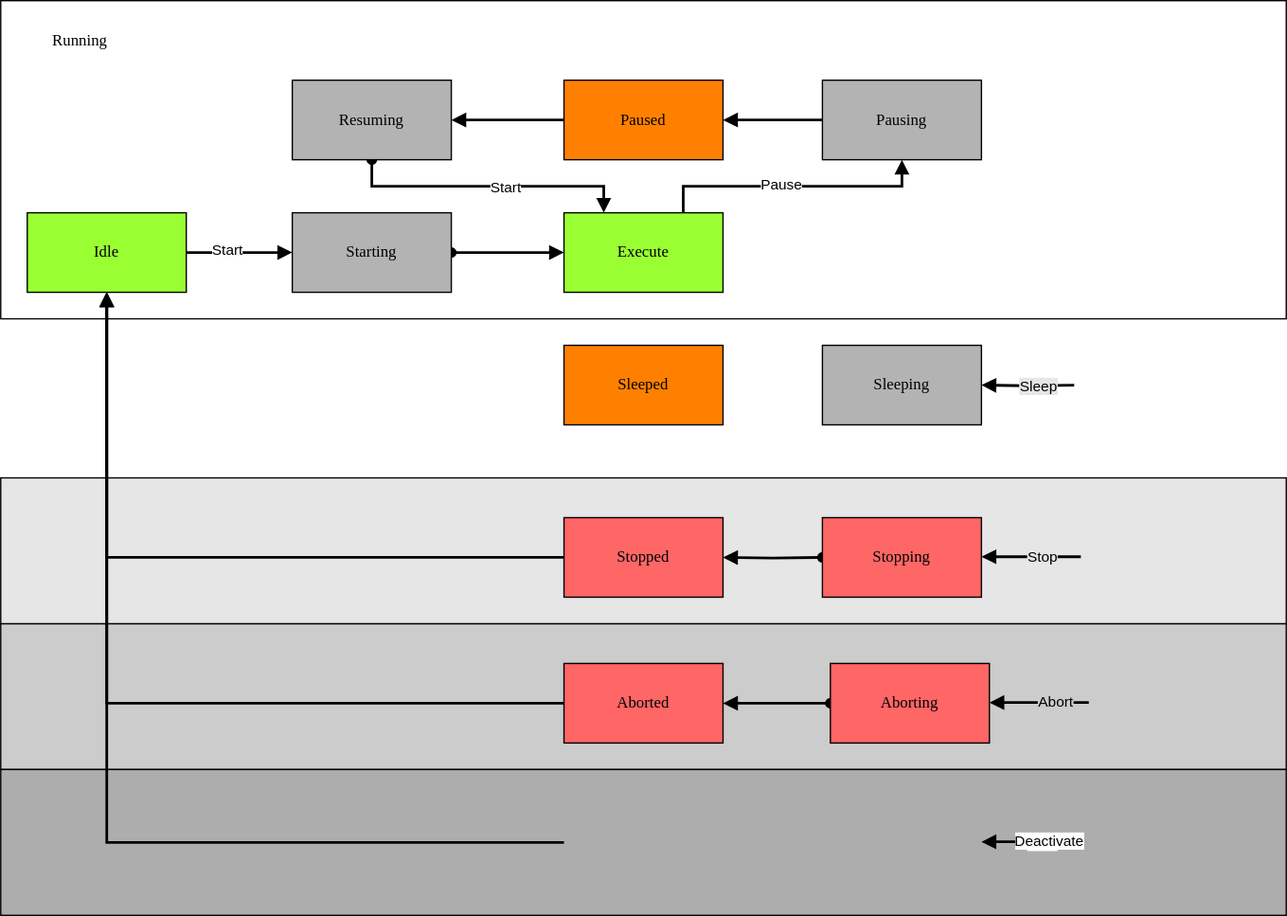
Before: docs/StateMachine.drawio.svg, a diagram exported from draw.io (PeterZerlauth/Tc3_Component). Source tidied: cells renumbered, new cells last; positions are measured from the earlier drawing's top-left corner, leaving out a move shared by most shapes.
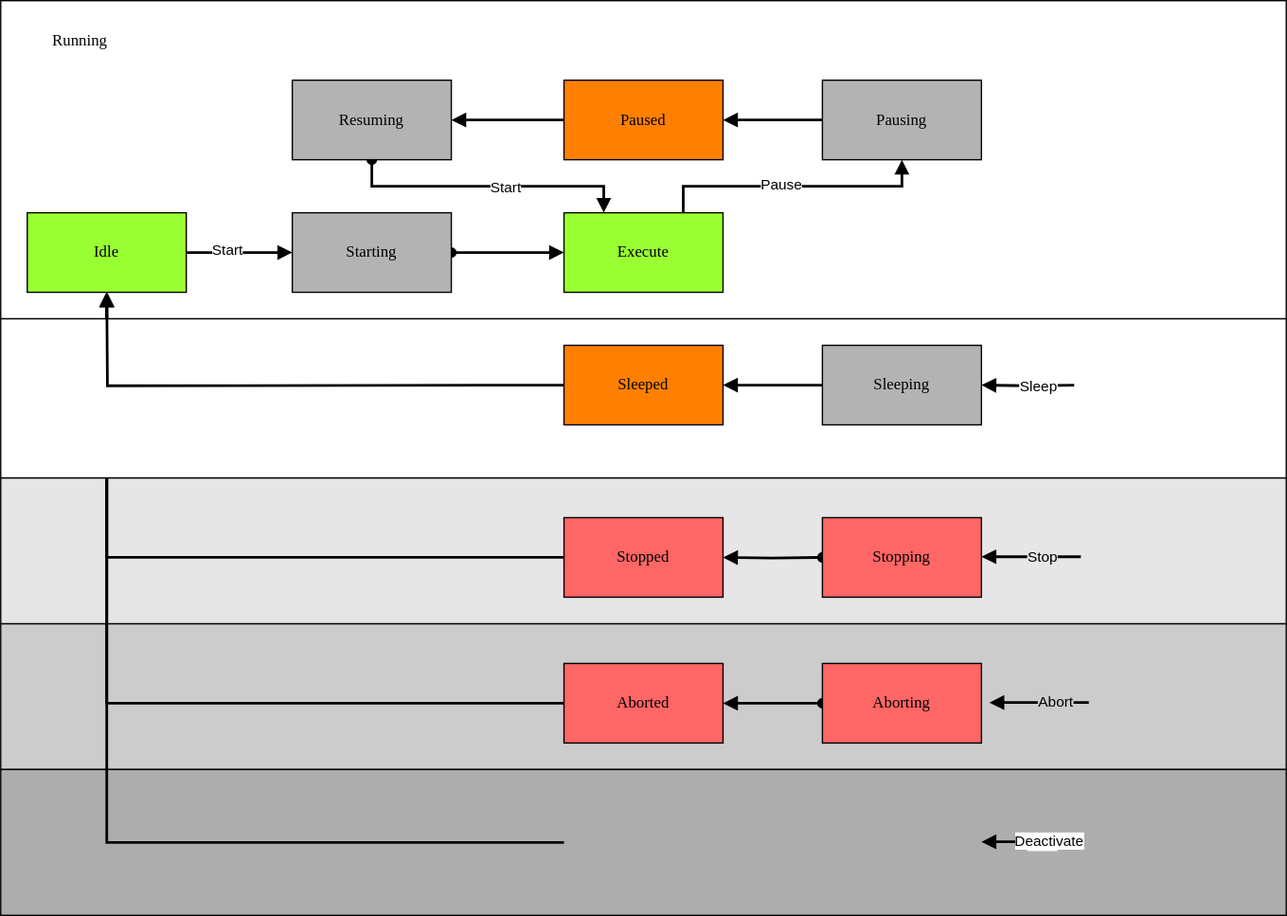
The same diagram one commit later.

The edit, as a diff of the source:
```diff
@@ -87,7 +87,7 @@
       <mxGeometry x="620" y="390" width="120" height="60" as="geometry" />
     </mxCell>
     <mxCell id="27" value="Aborting" style="rounded=0;whiteSpace=wrap;html=1;arcSize=24;fillColor=#FF6666;strokeColor=#000000;shadow=0;comic=0;labelBackgroundColor=none;fontFamily=Verdana;fontSize=12;fontColor=#000000;align=center;" parent="1" vertex="1">
-      <mxGeometry x="626" y="500" width="120" height="60" as="geometry" />
+      <mxGeometry x="620" y="500" width="120" height="60" as="geometry" />
     </mxCell>
     <mxCell id="28" style="edgeStyle=orthogonalEdgeStyle;rounded=0;orthogonalLoop=1;jettySize=auto;html=1;strokeColor=default;align=center;verticalAlign=middle;fontFamily=Helvetica;fontSize=11;fontColor=default;labelBackgroundColor=default;endArrow=block;endFill=1;strokeWidth=2;" parent="1" edge="1">
       <mxGeometry relative="1" as="geometry">
@@ -117,12 +117,6 @@
     <mxCell id="33" style="rounded=0;whiteSpace=wrap;html=1;fontFamily=Helvetica;fontSize=11;fontColor=default;labelBackgroundColor=default;fillColor=#ADADAD;" parent="1" vertex="1">
       <mxGeometry y="580" width="970" height="110" as="geometry" />
     </mxCell>
-    <mxCell id="34" value="Sleeped" style="rounded=0;whiteSpace=wrap;html=1;arcSize=24;fillColor=#FF8000;strokeColor=#000000;shadow=0;comic=0;labelBackgroundColor=none;fontFamily=Verdana;fontSize=12;fontColor=#000000;align=center;" parent="1" vertex="1">
-      <mxGeometry x="425" y="260" width="120" height="60" as="geometry" />
-    </mxCell>
-    <mxCell id="35" value="Sleeping" style="rounded=0;whiteSpace=wrap;html=1;arcSize=24;fillColor=#B3B3B3;strokeColor=#000000;shadow=0;comic=0;labelBackgroundColor=none;fontFamily=Verdana;fontSize=12;fontColor=#000000;align=center;" parent="1" vertex="1">
-      <mxGeometry x="620" y="260" width="120" height="60" as="geometry" />
-    </mxCell>
     <mxCell id="36" style="edgeStyle=orthogonalEdgeStyle;rounded=0;orthogonalLoop=1;jettySize=auto;html=1;strokeColor=default;align=center;verticalAlign=middle;fontFamily=Helvetica;fontSize=11;fontColor=default;labelBackgroundColor=default;endArrow=block;endFill=1;strokeWidth=2;" parent="1" edge="1">
       <mxGeometry relative="1" as="geometry">
         <mxPoint x="815" y="634.5" as="sourcePoint" />
@@ -148,15 +142,33 @@
         </Array>
       </mxGeometry>
     </mxCell>
-    <mxCell id="40" style="edgeStyle=orthogonalEdgeStyle;rounded=0;jettySize=auto;html=1;strokeColor=default;align=center;verticalAlign=middle;fontFamily=Helvetica;fontSize=11;fontColor=default;labelBackgroundColor=default;endArrow=block;endFill=1;strokeWidth=2;entryX=1;entryY=0.5;entryDx=0;entryDy=0;" parent="1" edge="1" target="35">
-      <mxGeometry relative="1" as="geometry">
-        <mxPoint x="810" y="290" as="sourcePoint" />
-      </mxGeometry>
-    </mxCell>
+    <mxCell id="42" style="rounded=0;whiteSpace=wrap;html=1;fontFamily=Helvetica;fontSize=11;fontColor=default;labelBackgroundColor=default;fillColor=#FFFFFF;" parent="1" vertex="1">
+      <mxGeometry y="240" width="970" height="120" as="geometry" />
+    </mxCell>
+    <mxCell id="34" value="Sleeped" style="rounded=0;whiteSpace=wrap;html=1;arcSize=24;fillColor=#FF8000;strokeColor=#000000;shadow=0;comic=0;labelBackgroundColor=none;fontFamily=Verdana;fontSize=12;fontColor=#000000;align=center;" parent="1" vertex="1">
+      <mxGeometry x="425" y="260" width="120" height="60" as="geometry" />
+    </mxCell>
+    <mxCell id="35" value="Sleeping" style="rounded=0;whiteSpace=wrap;html=1;arcSize=24;fillColor=#B3B3B3;strokeColor=#000000;shadow=0;comic=0;labelBackgroundColor=none;fontFamily=Verdana;fontSize=12;fontColor=#000000;align=center;" parent="1" vertex="1">
+      <mxGeometry x="620" y="260" width="120" height="60" as="geometry" />
+    </mxCell>
+    <mxCell id="43" style="edgeStyle=orthogonalEdgeStyle;rounded=0;jettySize=auto;html=1;strokeColor=default;align=center;verticalAlign=middle;fontFamily=Helvetica;fontSize=11;fontColor=default;labelBackgroundColor=default;endArrow=block;endFill=1;strokeWidth=2;entryX=1;entryY=0.5;entryDx=0;entryDy=0;" parent="1" edge="1" target="35">
+      <mxGeometry relative="1" as="geometry">
+        <mxPoint x="810" y="290" as="sourcePoint" />
+      </mxGeometry>
+    </mxCell>
-    <mxCell id="41" value="Sleep" style="edgeLabel;html=1;align=center;verticalAlign=middle;fontFamily=Helvetica;fontSize=11;fontColor=default;labelBackgroundColor=#E6E6E6;" parent="40" vertex="1">
+    <mxCell id="41" value="Sleep" style="edgeLabel;html=1;align=center;verticalAlign=middle;fontFamily=Helvetica;fontSize=11;fontColor=default;labelBackgroundColor=#FFFFFF;" parent="43" vertex="1">
       <mxGeometry x="-0.2" y="3" relative="1" as="geometry">
         <mxPoint y="-3" as="offset" />
       </mxGeometry>
     </mxCell>
+    <mxCell id="44" style="edgeStyle=orthogonalEdgeStyle;rounded=0;jettySize=auto;html=1;strokeColor=default;align=center;verticalAlign=middle;fontFamily=Helvetica;fontSize=11;fontColor=default;labelBackgroundColor=default;endArrow=block;endFill=1;strokeWidth=2;exitX=0;exitY=0.5;exitDx=0;exitDy=0;entryX=1;entryY=0.5;entryDx=0;entryDy=0;" parent="1" edge="1" source="35" target="34">
+      <mxGeometry relative="1" as="geometry" />
+    </mxCell>
+    <mxCell id="45" style="edgeStyle=orthogonalEdgeStyle;rounded=0;orthogonalLoop=1;jettySize=auto;html=1;strokeColor=default;align=center;verticalAlign=middle;fontFamily=Helvetica;fontSize=11;fontColor=default;labelBackgroundColor=default;endArrow=block;endFill=1;strokeWidth=2;exitX=0;exitY=0.5;exitDx=0;exitDy=0;" parent="1" edge="1">
+      <mxGeometry relative="1" as="geometry">
+        <mxPoint x="425" y="290" as="sourcePoint" />
+        <mxPoint x="80" y="220" as="targetPoint" />
+      </mxGeometry>
+    </mxCell>
   </root>
 </mxGraphModel>
```
